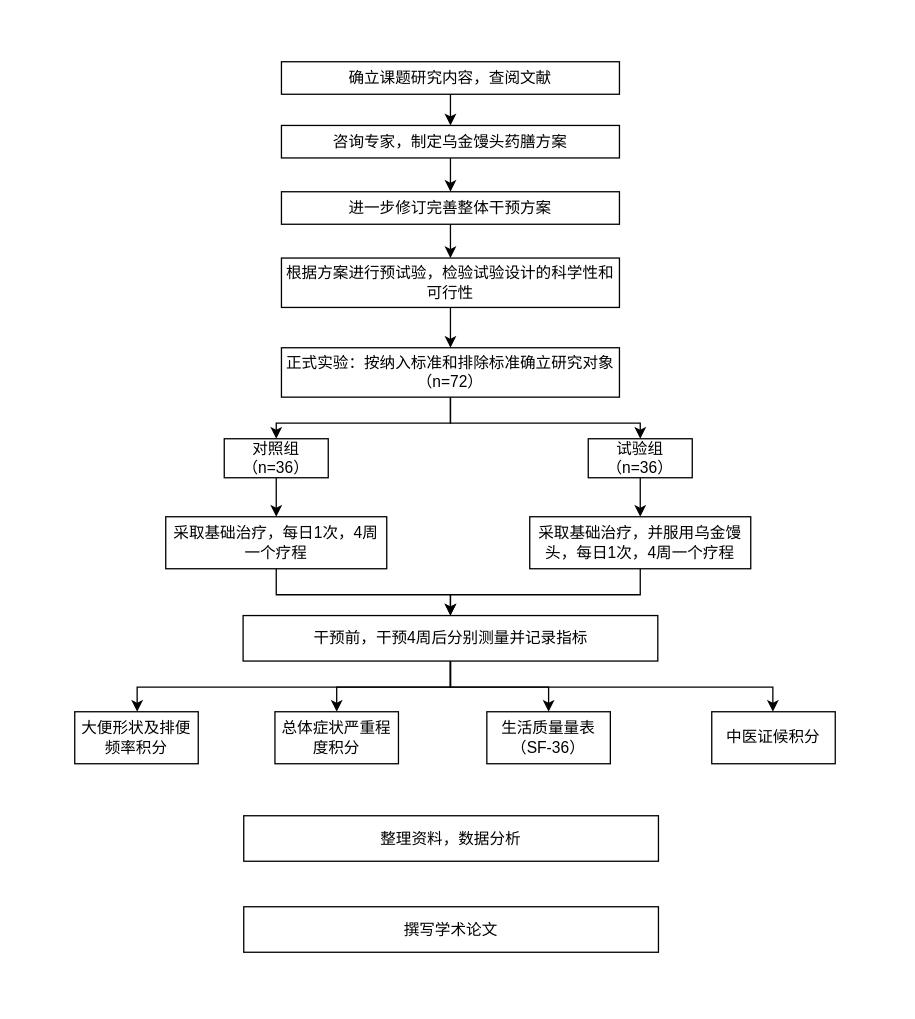
The draw.io diagram 乌金馒头药膳.drawio in 1477619915/ranyou, before the edit. Source tidied: cells renumbered, new cells numbered last; positions are measured from the earlier drawing's top-left corner, leaving out a move shared by most shapes. Both pictures are drawn from the tidied source at 130%, with x=0, y=0 at pixel (74, 61).
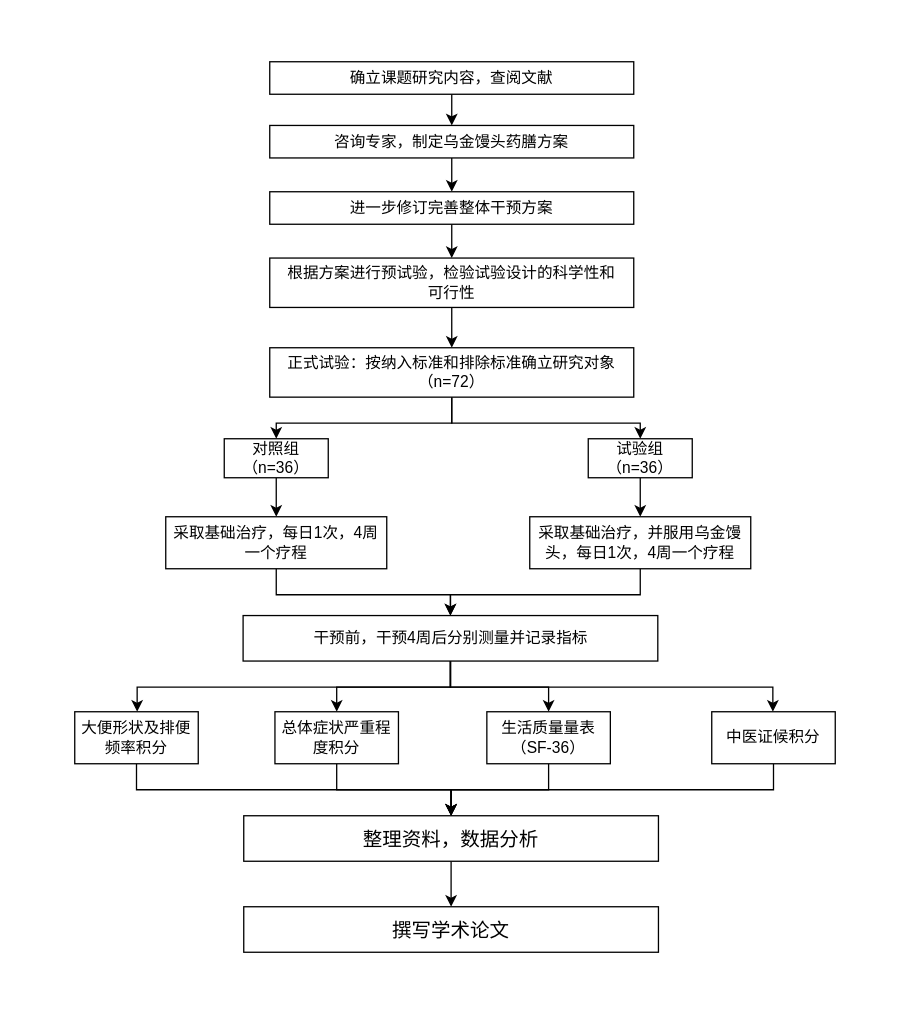
The same diagram, later.

Commit message (it also covers changes not shown here):
更新乌金馒头药膳.drawio

Unchanged cells that the change refers to:
```xml
<mxCell id="26" value="大便形状及排便频率积分" style="rounded=0;whiteSpace=wrap;html=1;" parent="1" vertex="1">
  <mxGeometry y="500" width="95" height="40" as="geometry" />
</mxCell>
<mxCell id="27" value="总体症状严重程度积分" style="rounded=0;whiteSpace=wrap;html=1;" parent="1" vertex="1">
  <mxGeometry x="154" y="500" width="95" height="40" as="geometry" />
</mxCell>
<mxCell id="28" value="生活质量量表&lt;div&gt;（SF-36）&lt;/div&gt;" style="rounded=0;whiteSpace=wrap;html=1;" parent="1" vertex="1">
  <mxGeometry x="317" y="500" width="95" height="40" as="geometry" />
</mxCell>
<mxCell id="29" value="中医证候积分" style="rounded=0;whiteSpace=wrap;html=1;" parent="1" vertex="1">
  <mxGeometry x="490" y="500" width="95" height="40" as="geometry" />
</mxCell>
```

Change to the diagram source:
```diff
@@
+    <mxCell id="32" value="&amp;nbsp;" style="text;html=1;align=center;verticalAlign=middle;whiteSpace=wrap;rounded=0;" parent="1" vertex="1">
+      <mxGeometry x="-40" y="-30" width="670" height="750" as="geometry" />
+    </mxCell>
@@
     <mxCell id="3" value="&lt;font&gt;确立课题研究内容，查阅文献&lt;/font&gt;" style="rounded=0;whiteSpace=wrap;html=1;fontSize=12;" parent="1" vertex="1">
-      <mxGeometry x="159" width="260" height="25" as="geometry" />
+      <mxGeometry x="150" width="280" height="25" as="geometry" />
     </mxCell>
@@
     <mxCell id="5" value="&lt;font&gt;咨询专家，制定乌金馒头药膳方案&lt;/font&gt;" style="rounded=0;whiteSpace=wrap;html=1;fontSize=12;" parent="1" vertex="1">
-      <mxGeometry x="159" y="49" width="260" height="25" as="geometry" />
+      <mxGeometry x="150" y="49" width="280" height="25" as="geometry" />
     </mxCell>
@@
     <mxCell id="7" value="&lt;font&gt;进一步修订完善整体干预方案&lt;/font&gt;" style="rounded=0;whiteSpace=wrap;html=1;fontSize=12;" parent="1" vertex="1">
-      <mxGeometry x="159" y="100" width="260" height="25" as="geometry" />
+      <mxGeometry x="150" y="100" width="280" height="25" as="geometry" />
     </mxCell>
@@
-    <mxCell id="9" value="&lt;font&gt;根据方案进行预试验，检验试验设计的科学性和可行性&lt;/font&gt;" style="rounded=0;whiteSpace=wrap;html=1;fontSize=12;" parent="1" vertex="1">
-      <mxGeometry x="159" y="151" width="260" height="38" as="geometry" />
+    <mxCell id="9" value="&lt;font&gt;根据方案进行预试验，检验试验设计的科学性和&lt;/font&gt;&lt;div&gt;&lt;font&gt;可行性&lt;/font&gt;&lt;/div&gt;" style="rounded=0;whiteSpace=wrap;html=1;fontSize=12;" parent="1" vertex="1">
+      <mxGeometry x="150" y="151" width="280" height="38" as="geometry" />
     </mxCell>
@@
-    <mxCell id="12" value="正式实验：按纳入标准和排除标准确立研究对象（n=72）" style="rounded=0;whiteSpace=wrap;html=1;fontSize=12;" parent="1" vertex="1">
-      <mxGeometry x="159" y="220" width="260" height="38" as="geometry" />
+    <mxCell id="12" value="正式试验：按纳入标准和排除标准确立研究对象（n=72）" style="rounded=0;whiteSpace=wrap;html=1;fontSize=12;" parent="1" vertex="1">
+      <mxGeometry x="150" y="220" width="280" height="38" as="geometry" />
     </mxCell>
@@
+    <mxCell id="33" style="edgeStyle=orthogonalEdgeStyle;rounded=0;jettySize=auto;html=1;exitX=0.5;exitY=1;exitDx=0;exitDy=0;" parent="1" edge="1" source="26" target="30">
+      <mxGeometry relative="1" as="geometry" />
+    </mxCell>
@@
+    <mxCell id="34" style="edgeStyle=orthogonalEdgeStyle;rounded=0;jettySize=auto;html=1;exitX=0.5;exitY=1;exitDx=0;exitDy=0;entryX=0.5;entryY=0;entryDx=0;entryDy=0;" parent="1" edge="1" source="27" target="30">
+      <mxGeometry relative="1" as="geometry" />
+    </mxCell>
@@
+    <mxCell id="35" style="edgeStyle=orthogonalEdgeStyle;rounded=0;jettySize=auto;html=1;exitX=0.5;exitY=1;exitDx=0;exitDy=0;entryX=0.5;entryY=0;entryDx=0;entryDy=0;" parent="1" edge="1" source="28" target="30">
+      <mxGeometry relative="1" as="geometry" />
+    </mxCell>
@@
+    <mxCell id="36" style="edgeStyle=orthogonalEdgeStyle;rounded=0;jettySize=auto;html=1;exitX=0.5;exitY=1;exitDx=0;exitDy=0;entryX=0.5;entryY=0;entryDx=0;entryDy=0;" parent="1" edge="1" source="29" target="30">
+      <mxGeometry relative="1" as="geometry" />
+    </mxCell>
@@
+    <mxCell id="37" style="edgeStyle=orthogonalEdgeStyle;rounded=0;jettySize=auto;html=1;exitX=0.5;exitY=1;exitDx=0;exitDy=0;entryX=0.5;entryY=0;entryDx=0;entryDy=0;" parent="1" edge="1" source="30" target="31">
+      <mxGeometry relative="1" as="geometry" />
+    </mxCell>
-    <mxCell id="30" value="&lt;font&gt;整理资料，数据分析&lt;/font&gt;" style="rounded=0;whiteSpace=wrap;html=1;fontSize=12;" parent="1" vertex="1">
+    <mxCell id="30" value="&lt;font style=&quot;font-size: 15px;&quot;&gt;整理资料，数据分析&lt;/font&gt;" style="rounded=0;whiteSpace=wrap;html=1;fontSize=12;" parent="1" vertex="1">
       <mxGeometry x="130" y="580" width="319" height="35" as="geometry" />
     </mxCell>
-    <mxCell id="31" value="&lt;font&gt;撰写学术论文&lt;/font&gt;" style="rounded=0;whiteSpace=wrap;html=1;fontSize=12;" parent="1" vertex="1">
+    <mxCell id="31" value="&lt;font style=&quot;font-size: 15px;&quot;&gt;撰写学术论文&lt;/font&gt;" style="rounded=0;whiteSpace=wrap;html=1;fontSize=12;" parent="1" vertex="1">
       <mxGeometry x="130" y="650" width="319" height="35" as="geometry" />
     </mxCell>
```
